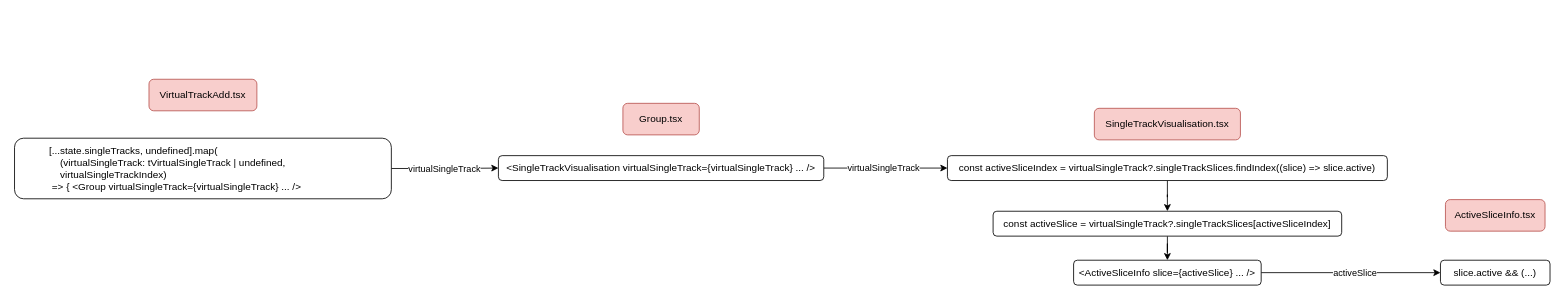
Earlier version of the draw.io diagram Pages/Виртуальные участки.drawio (orlov-oleg-developer/asuter-UML). Source tidied: cells renumbered, new cells numbered last; positions are measured from the earlier drawing's top-left corner, leaving out a move shared by most shapes. Both pictures are drawn from the tidied source at 83%, with x=0, y=0 at pixel (14, 79).
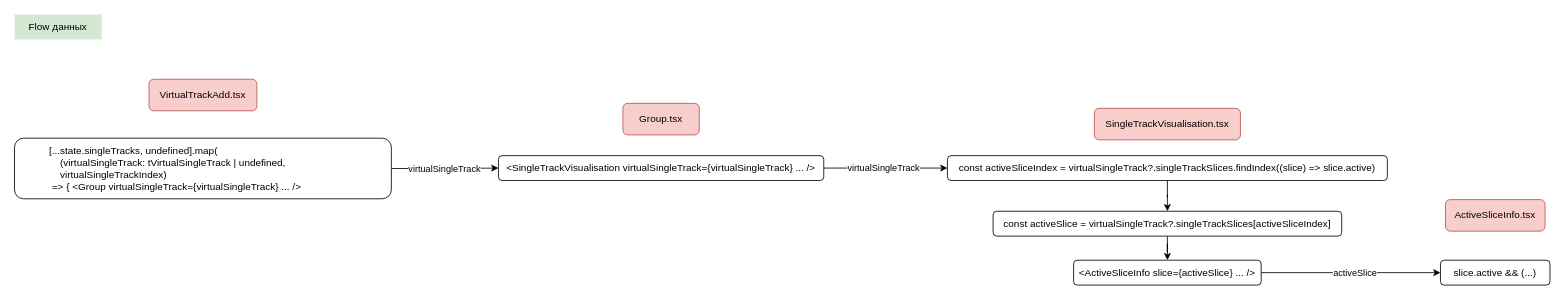
After the change.

Change to the diagram source:
```diff
@@
+    <mxCell id="20" value="Flow данных" style="text;html=1;strokeColor=none;fillColor=#d5e8d4;align=center;verticalAlign=middle;whiteSpace=wrap;rounded=0;" parent="1" vertex="1">
+      <mxGeometry y="-78" width="105" height="30" as="geometry" />
+    </mxCell>
```
